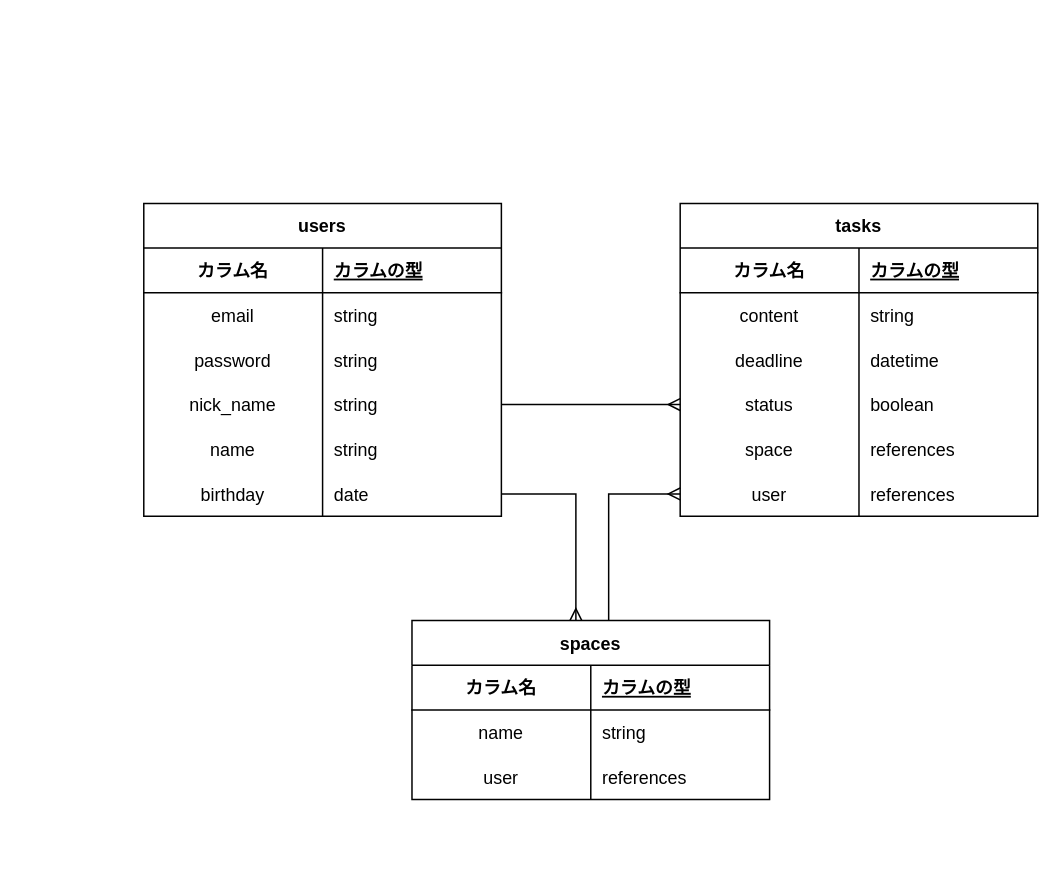
iniwa-takaya/task_app keeps this draw.io diagram as ER .dio. Above is the earlier version. Source tidied: cells renumbered, new cells numbered last; positions are measured from the earlier drawing's top-left corner, leaving out a move shared by most shapes. Both pictures are drawn from the tidied source at 149%, with x=0, y=0 at pixel (143, 203).
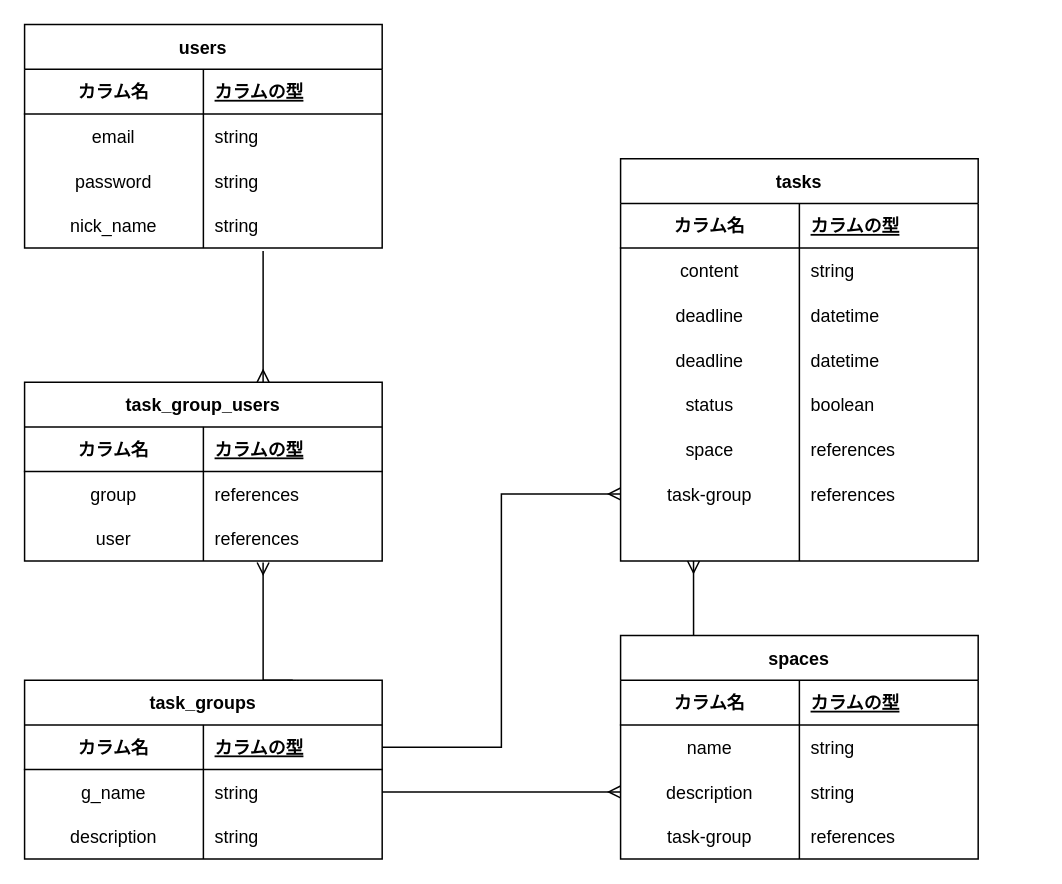
Above is the later version.

Unchanged cells that the change refers to:
```xml
<mxCell id="12" style="shape=partialRectangle;fillColor=none;top=0;left=0;bottom=0;right=0;points=[[0,0.5],[1,0.5]];portConstraint=eastwest;" parent="2" vertex="1">
  <mxGeometry y="120" width="240" height="30" as="geometry" />
</mxCell>
```

Change to the diagram source:
```diff
@@
     <mxCell id="2" value="users" style="shape=table;startSize=30;childLayout=tableLayout;rowLines=0;fontStyle=1;align=center;" parent="1" vertex="1">
-      <mxGeometry width="240" height="210" as="geometry" />
+      <mxGeometry x="-80" y="-120" width="240" height="150" as="geometry" />
     </mxCell>
@@
-    <mxCell id="15" style="shape=partialRectangle;fillColor=none;top=0;left=0;bottom=0;right=0;" parent="2" vertex="1">
-      <mxGeometry y="150" width="240" height="30" as="geometry" />
-    </mxCell>
-    <mxCell id="16" value="name" style="shape=partialRectangle;fillColor=none;top=0;left=0;bottom=0;right=0;overflow=hidden;" parent="15" vertex="1">
-      <mxGeometry width="120" height="30" as="geometry" />
-    </mxCell>
-    <mxCell id="17" value="string" style="shape=partialRectangle;fillColor=none;top=0;left=0;bottom=0;right=0;align=left;spacingLeft=6;overflow=hidden;" parent="15" vertex="1">
-      <mxGeometry x="120" width="120" height="30" as="geometry" />
-    </mxCell>
-    <mxCell id="18" style="shape=partialRectangle;fillColor=none;top=0;left=0;bottom=0;right=0;points=[[0,0.5],[1,0.5]];portConstraint=eastwest;" parent="2" vertex="1">
-      <mxGeometry y="180" width="240" height="30" as="geometry" />
-    </mxCell>
-    <mxCell id="19" value="birthday" style="shape=partialRectangle;fillColor=none;top=0;left=0;bottom=0;right=0;overflow=hidden;" parent="18" vertex="1">
-      <mxGeometry width="120" height="30" as="geometry" />
-    </mxCell>
-    <mxCell id="20" value="date" style="shape=partialRectangle;fillColor=none;top=0;left=0;bottom=0;right=0;align=left;spacingLeft=6;overflow=hidden;" parent="18" vertex="1">
-      <mxGeometry x="120" width="120" height="30" as="geometry" />
-    </mxCell>
     <mxCell id="21" value="tasks" style="shape=table;startSize=30;childLayout=tableLayout;rowLines=0;fontStyle=1;align=center;" parent="1" vertex="1">
-      <mxGeometry x="360" width="240" height="210" as="geometry" />
+      <mxGeometry x="320" y="-30" width="240" height="270" as="geometry" />
     </mxCell>
@@
+    <mxCell id="53" style="shape=partialRectangle;fillColor=none;top=0;left=0;bottom=0;right=0;" parent="21" vertex="1">
+      <mxGeometry y="90" width="240" height="30" as="geometry" />
+    </mxCell>
+    <mxCell id="54" value="deadline" style="shape=partialRectangle;fillColor=none;top=0;left=0;bottom=0;right=0;overflow=hidden;" parent="53" vertex="1">
+      <mxGeometry width="120" height="30" as="geometry" />
+    </mxCell>
+    <mxCell id="55" value="datetime" style="shape=partialRectangle;fillColor=none;top=0;left=0;bottom=0;right=0;align=left;spacingLeft=6;overflow=hidden;" parent="53" vertex="1">
+      <mxGeometry x="120" width="120" height="30" as="geometry" />
+    </mxCell>
     <mxCell id="28" style="shape=partialRectangle;fillColor=none;top=0;left=0;bottom=0;right=0;" parent="21" vertex="1">
-      <mxGeometry y="90" width="240" height="30" as="geometry" />
+      <mxGeometry y="120" width="240" height="30" as="geometry" />
     </mxCell>
@@
     <mxCell id="31" style="shape=partialRectangle;fillColor=none;top=0;left=0;bottom=0;right=0;points=[[0,0.5],[1,0.5]];portConstraint=eastwest;" parent="21" vertex="1">
-      <mxGeometry y="120" width="240" height="30" as="geometry" />
+      <mxGeometry y="150" width="240" height="30" as="geometry" />
     </mxCell>
@@
     <mxCell id="34" style="shape=partialRectangle;fillColor=none;top=0;left=0;bottom=0;right=0;" parent="21" vertex="1">
-      <mxGeometry y="150" width="240" height="30" as="geometry" />
+      <mxGeometry y="180" width="240" height="30" as="geometry" />
     </mxCell>
@@
     <mxCell id="37" style="shape=partialRectangle;fillColor=none;top=0;left=0;bottom=0;right=0;points=[[0,0.5],[1,0.5]];portConstraint=eastwest;" parent="21" vertex="1">
-      <mxGeometry y="180" width="240" height="30" as="geometry" />
+      <mxGeometry y="210" width="240" height="30" as="geometry" />
     </mxCell>
-    <mxCell id="38" value="user" style="shape=partialRectangle;fillColor=none;top=0;left=0;bottom=0;right=0;overflow=hidden;" parent="37" vertex="1">
+    <mxCell id="38" value="task-group" style="shape=partialRectangle;fillColor=none;top=0;left=0;bottom=0;right=0;overflow=hidden;" parent="37" vertex="1">
       <mxGeometry width="120" height="30" as="geometry" />
     </mxCell>
@@
+    <mxCell id="56" style="shape=partialRectangle;fillColor=none;top=0;left=0;bottom=0;right=0;points=[[0,0.5],[1,0.5]];portConstraint=eastwest;" parent="21" vertex="1">
+      <mxGeometry y="240" width="240" height="30" as="geometry" />
+    </mxCell>
+    <mxCell id="57" style="shape=partialRectangle;fillColor=none;top=0;left=0;bottom=0;right=0;overflow=hidden;" parent="56" vertex="1">
+      <mxGeometry width="120" height="30" as="geometry" />
+    </mxCell>
+    <mxCell id="58" style="shape=partialRectangle;fillColor=none;top=0;left=0;bottom=0;right=0;align=left;spacingLeft=6;overflow=hidden;" parent="56" vertex="1">
+      <mxGeometry x="120" width="120" height="30" as="geometry" />
+    </mxCell>
+    <mxCell id="59" style="edgeStyle=orthogonalEdgeStyle;rounded=0;jettySize=auto;html=1;exitX=0.25;exitY=0;exitDx=0;exitDy=0;endArrow=ERmany;endFill=0;entryX=0.204;entryY=1;entryDx=0;entryDy=0;entryPerimeter=0;" parent="1" edge="1" source="40" target="56">
+      <mxGeometry relative="1" as="geometry">
+        <Array as="points">
+          <mxPoint x="369" y="320" />
+        </Array>
+      </mxGeometry>
+    </mxCell>
     <mxCell id="40" value="spaces" style="shape=table;startSize=30;childLayout=tableLayout;rowLines=0;fontStyle=1;align=center;" parent="1" vertex="1">
-      <mxGeometry x="180" y="280" width="240" height="120" as="geometry" />
+      <mxGeometry x="320" y="290" width="240" height="150" as="geometry" />
     </mxCell>
@@
-    <mxCell id="47" style="shape=partialRectangle;fillColor=none;top=0;left=0;bottom=0;right=0;" parent="40" vertex="1">
-      <mxGeometry y="90" width="240" height="30" as="geometry" />
-    </mxCell>
+    <mxCell id="60" style="shape=partialRectangle;fillColor=none;top=0;left=0;bottom=0;right=0;" parent="40" vertex="1">
+      <mxGeometry y="90" width="240" height="30" as="geometry" />
+    </mxCell>
+    <mxCell id="61" value="description" style="shape=partialRectangle;fillColor=none;top=0;left=0;bottom=0;right=0;overflow=hidden;" parent="60" vertex="1">
+      <mxGeometry width="120" height="30" as="geometry" />
+    </mxCell>
+    <mxCell id="62" value="string" style="shape=partialRectangle;fillColor=none;top=0;left=0;bottom=0;right=0;align=left;spacingLeft=6;overflow=hidden;" parent="60" vertex="1">
+      <mxGeometry x="120" width="120" height="30" as="geometry" />
+    </mxCell>
+    <mxCell id="63" style="shape=partialRectangle;fillColor=none;top=0;left=0;bottom=0;right=0;" parent="40" vertex="1">
+      <mxGeometry y="120" width="240" height="30" as="geometry" />
+    </mxCell>
+    <mxCell id="64" value="task-group" style="shape=partialRectangle;fillColor=none;top=0;left=0;bottom=0;right=0;overflow=hidden;" parent="63" vertex="1">
+      <mxGeometry width="120" height="30" as="geometry" />
+    </mxCell>
+    <mxCell id="65" value="references" style="shape=partialRectangle;fillColor=none;top=0;left=0;bottom=0;right=0;align=left;spacingLeft=6;overflow=hidden;" parent="63" vertex="1">
+      <mxGeometry x="120" width="120" height="30" as="geometry" />
+    </mxCell>
+    <mxCell id="51" style="edgeStyle=orthogonalEdgeStyle;rounded=0;jettySize=auto;html=1;exitX=1;exitY=0.5;exitDx=0;exitDy=0;endArrow=ERmany;endFill=0;entryX=0.25;entryY=0;entryDx=0;entryDy=0;" parent="1" edge="1" target="40">
+      <mxGeometry relative="1" as="geometry">
+        <Array as="points">
+          <mxPoint x="290" y="195" />
+          <mxPoint x="290" y="240" />
+          <mxPoint x="420" y="240" />
+        </Array>
+      </mxGeometry>
+    </mxCell>
+    <mxCell id="66" style="edgeStyle=orthogonalEdgeStyle;rounded=0;jettySize=auto;html=1;exitX=0.75;exitY=0;exitDx=0;exitDy=0;endArrow=ERmany;endFill=0;entryX=0.667;entryY=1.033;entryDx=0;entryDy=0;entryPerimeter=0;" parent="1" edge="1" source="67" target="84">
+      <mxGeometry relative="1" as="geometry">
+        <Array as="points">
+          <mxPoint x="80" y="320" />
+        </Array>
+      </mxGeometry>
+    </mxCell>
+    <mxCell id="67" value="task_groups" style="shape=table;startSize=30;childLayout=tableLayout;rowLines=0;fontStyle=1;align=center;" parent="1" vertex="1">
+      <mxGeometry x="-80" y="320" width="240" height="120" as="geometry" />
+    </mxCell>
+    <mxCell id="68" style="shape=partialRectangle;fillColor=none;top=0;left=0;bottom=1;right=0;points=[[0,0.5],[1,0.5]];portConstraint=eastwest;" parent="67" vertex="1">
+      <mxGeometry y="30" width="240" height="30" as="geometry" />
+    </mxCell>
+    <mxCell id="69" value="カラム名" style="shape=partialRectangle;fillColor=none;top=0;left=0;bottom=0;right=0;fontStyle=1;overflow=hidden;" parent="68" vertex="1">
+      <mxGeometry width="120" height="30" as="geometry" />
+    </mxCell>
+    <mxCell id="70" value="カラムの型" style="shape=partialRectangle;fillColor=none;top=0;left=0;bottom=0;right=0;align=left;spacingLeft=6;fontStyle=5;overflow=hidden;" parent="68" vertex="1">
+      <mxGeometry x="120" width="120" height="30" as="geometry" />
+    </mxCell>
+    <mxCell id="71" style="shape=partialRectangle;fillColor=none;top=0;left=0;bottom=0;right=0;points=[[0,0.5],[1,0.5]];portConstraint=eastwest;" parent="67" vertex="1">
+      <mxGeometry y="60" width="240" height="30" as="geometry" />
+    </mxCell>
+    <mxCell id="72" value="g_name" style="shape=partialRectangle;fillColor=none;top=0;left=0;bottom=0;right=0;overflow=hidden;" parent="71" vertex="1">
+      <mxGeometry width="120" height="30" as="geometry" />
+    </mxCell>
+    <mxCell id="73" value="string" style="shape=partialRectangle;fillColor=none;top=0;left=0;bottom=0;right=0;align=left;spacingLeft=6;overflow=hidden;" parent="71" vertex="1">
+      <mxGeometry x="120" width="120" height="30" as="geometry" />
+    </mxCell>
+    <mxCell id="74" style="shape=partialRectangle;fillColor=none;top=0;left=0;bottom=0;right=0;" parent="67" vertex="1">
+      <mxGeometry y="90" width="240" height="30" as="geometry" />
+    </mxCell>
+    <mxCell id="75" value="description" style="shape=partialRectangle;fillColor=none;top=0;left=0;bottom=0;right=0;overflow=hidden;" parent="74" vertex="1">
+      <mxGeometry width="120" height="30" as="geometry" />
+    </mxCell>
+    <mxCell id="76" value="string" style="shape=partialRectangle;fillColor=none;top=0;left=0;bottom=0;right=0;align=left;spacingLeft=6;overflow=hidden;" parent="74" vertex="1">
+      <mxGeometry x="120" width="120" height="30" as="geometry" />
+    </mxCell>
+    <mxCell id="77" value="task_group_users" style="shape=table;startSize=30;childLayout=tableLayout;rowLines=0;fontStyle=1;align=center;" parent="1" vertex="1">
+      <mxGeometry x="-80" y="120" width="240" height="120" as="geometry" />
+    </mxCell>
+    <mxCell id="78" style="shape=partialRectangle;fillColor=none;top=0;left=0;bottom=1;right=0;" parent="77" vertex="1">
+      <mxGeometry y="30" width="240" height="30" as="geometry" />
+    </mxCell>
+    <mxCell id="79" value="カラム名" style="shape=partialRectangle;fillColor=none;top=0;left=0;bottom=0;right=0;fontStyle=1;overflow=hidden;" parent="78" vertex="1">
+      <mxGeometry width="120" height="30" as="geometry" />
+    </mxCell>
+    <mxCell id="80" value="カラムの型" style="shape=partialRectangle;fillColor=none;top=0;left=0;bottom=0;right=0;align=left;spacingLeft=6;fontStyle=5;overflow=hidden;" parent="78" vertex="1">
+      <mxGeometry x="120" width="120" height="30" as="geometry" />
+    </mxCell>
+    <mxCell id="81" style="shape=partialRectangle;fillColor=none;top=0;left=0;bottom=0;right=0;" parent="77" vertex="1">
+      <mxGeometry y="60" width="240" height="30" as="geometry" />
+    </mxCell>
+    <mxCell id="82" value="group" style="shape=partialRectangle;fillColor=none;top=0;left=0;bottom=0;right=0;overflow=hidden;" parent="81" vertex="1">
+      <mxGeometry width="120" height="30" as="geometry" />
+    </mxCell>
+    <mxCell id="83" value="references" style="shape=partialRectangle;fillColor=none;top=0;left=0;bottom=0;right=0;align=left;spacingLeft=6;overflow=hidden;" parent="81" vertex="1">
+      <mxGeometry x="120" width="120" height="30" as="geometry" />
+    </mxCell>
+    <mxCell id="84" style="shape=partialRectangle;fillColor=none;top=0;left=0;bottom=0;right=0;points=[[0,0.5],[1,0.5]];portConstraint=eastwest;" parent="77" vertex="1">
+      <mxGeometry y="90" width="240" height="30" as="geometry" />
+    </mxCell>
-    <mxCell id="48" value="user" style="shape=partialRectangle;fillColor=none;top=0;left=0;bottom=0;right=0;overflow=hidden;" parent="47" vertex="1">
+    <mxCell id="48" value="user" style="shape=partialRectangle;fillColor=none;top=0;left=0;bottom=0;right=0;overflow=hidden;" parent="84" vertex="1">
       <mxGeometry width="120" height="30" as="geometry" />
     </mxCell>
-    <mxCell id="49" value="references" style="shape=partialRectangle;fillColor=none;top=0;left=0;bottom=0;right=0;align=left;spacingLeft=6;overflow=hidden;" parent="47" vertex="1">
-      <mxGeometry x="120" width="120" height="30" as="geometry" />
-    </mxCell>
-    <mxCell id="50" style="edgeStyle=orthogonalEdgeStyle;rounded=0;jettySize=auto;html=1;exitX=1;exitY=0.5;exitDx=0;exitDy=0;entryX=0;entryY=0.5;entryDx=0;entryDy=0;endArrow=ERmany;endFill=0;" parent="1" edge="1" source="12" target="31">
-      <mxGeometry relative="1" as="geometry" />
-    </mxCell>
-    <mxCell id="51" style="edgeStyle=orthogonalEdgeStyle;rounded=0;jettySize=auto;html=1;exitX=1;exitY=0.5;exitDx=0;exitDy=0;endArrow=ERmany;endFill=0;" parent="1" edge="1" source="18">
-      <mxGeometry relative="1" as="geometry">
-        <mxPoint x="290" y="280" as="targetPoint" />
-        <Array as="points">
-          <mxPoint x="290" y="195" />
-          <mxPoint x="290" y="280" />
-        </Array>
-      </mxGeometry>
-    </mxCell>
-    <mxCell id="52" style="edgeStyle=orthogonalEdgeStyle;rounded=0;jettySize=auto;html=1;endArrow=ERmany;endFill=0;entryX=0;entryY=0.5;entryDx=0;entryDy=0;exitX=0.55;exitY=0;exitDx=0;exitDy=0;exitPerimeter=0;" parent="1" edge="1" source="40" target="37">
-      <mxGeometry relative="1" as="geometry" />
-    </mxCell>
+    <mxCell id="85" value="references" style="shape=partialRectangle;fillColor=none;top=0;left=0;bottom=0;right=0;align=left;spacingLeft=6;overflow=hidden;" parent="84" vertex="1">
+      <mxGeometry x="120" width="120" height="30" as="geometry" />
+    </mxCell>
+    <mxCell id="86" style="edgeStyle=orthogonalEdgeStyle;rounded=0;jettySize=auto;html=1;exitX=0.667;exitY=1.067;exitDx=0;exitDy=0;entryX=0.667;entryY=0;entryDx=0;entryDy=0;endArrow=ERmany;endFill=0;entryPerimeter=0;exitPerimeter=0;" parent="1" edge="1" source="12" target="77">
+      <mxGeometry relative="1" as="geometry">
+        <Array as="points">
+          <mxPoint x="80" y="50" />
+          <mxPoint x="80" y="50" />
+        </Array>
+      </mxGeometry>
+    </mxCell>
+    <mxCell id="87" style="edgeStyle=orthogonalEdgeStyle;rounded=0;jettySize=auto;html=1;exitX=1;exitY=0.5;exitDx=0;exitDy=0;entryX=0;entryY=0.5;entryDx=0;entryDy=0;endArrow=ERmany;endFill=0;" parent="1" edge="1" source="71">
+      <mxGeometry relative="1" as="geometry">
+        <mxPoint x="320" y="395" as="targetPoint" />
+      </mxGeometry>
+    </mxCell>
+    <mxCell id="88" style="edgeStyle=orthogonalEdgeStyle;rounded=0;jettySize=auto;html=1;exitX=1;exitY=0.5;exitDx=0;exitDy=0;endArrow=ERmany;endFill=0;" parent="1" edge="1" source="68" target="37">
+      <mxGeometry relative="1" as="geometry" />
+    </mxCell>
```
